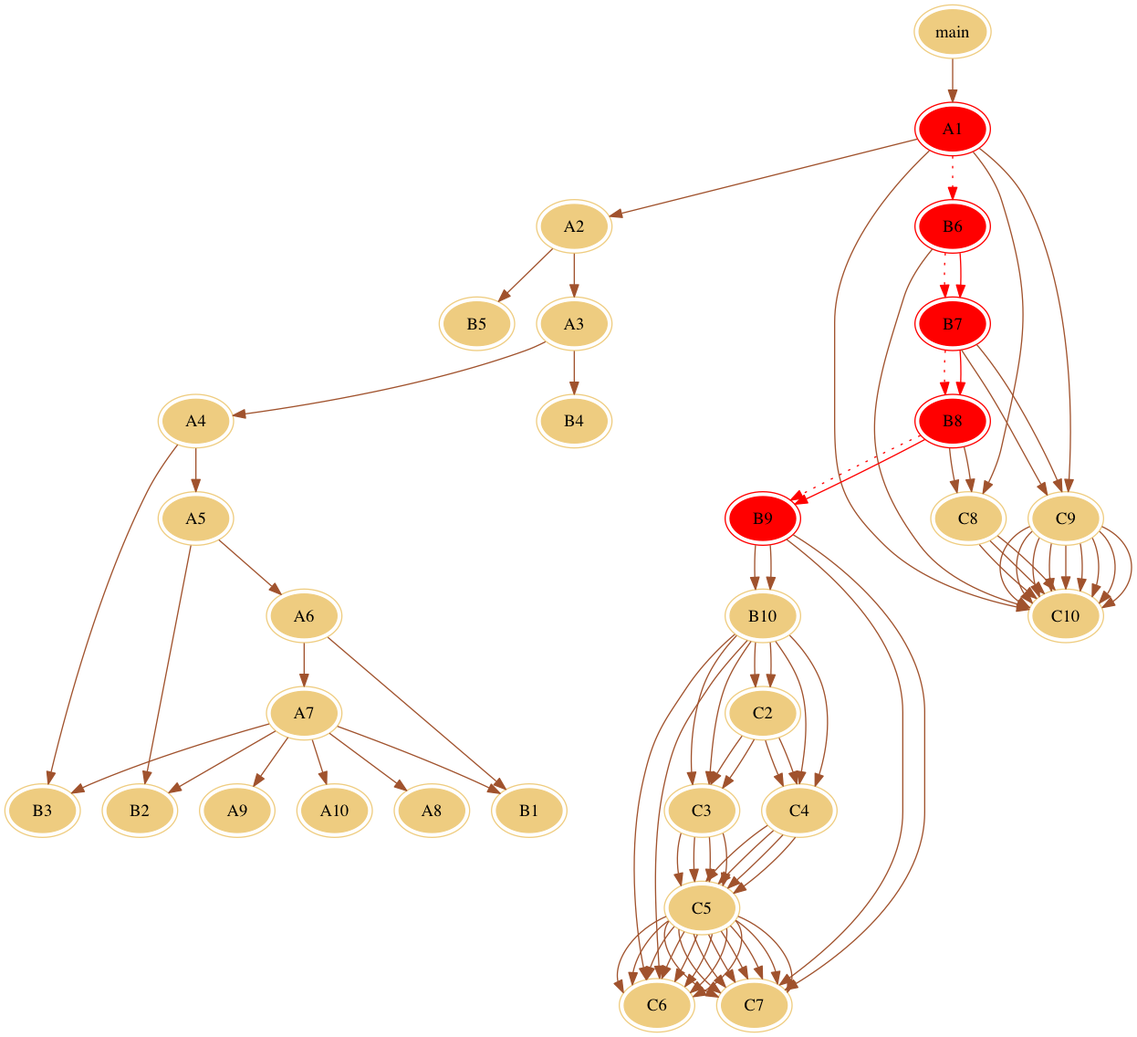
Earlier version of the Graphviz export out/dot/match.png (carsonshan/AspectJIdea). Its source is kept beside it as out/dot/match.dot.
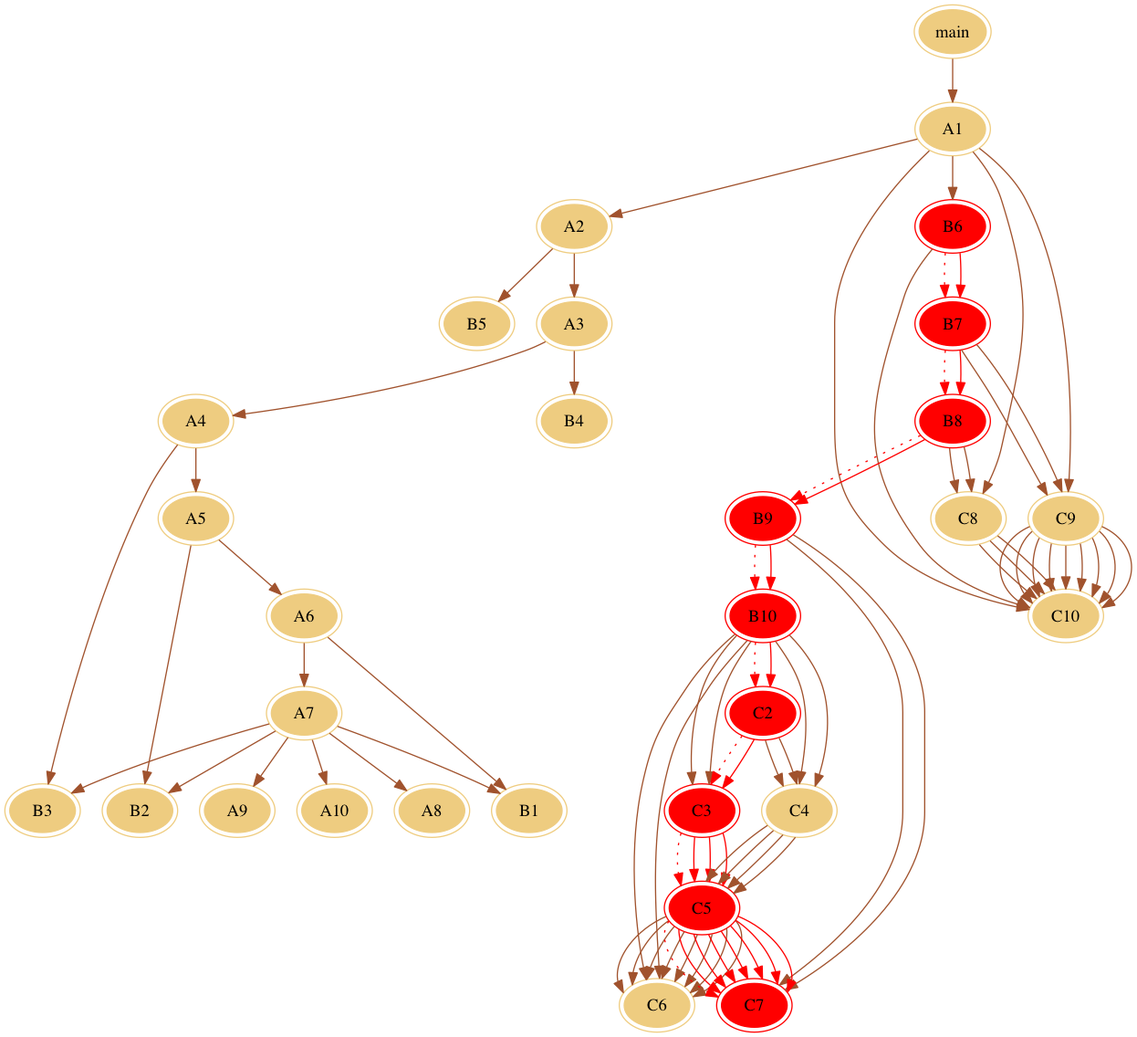
Later version of the same file.

Diff of the diagram source:
```diff
@@ -20,28 +20,28 @@
 A4 -> B3;
 A3 -> B4;
 A2 -> B5;
-A1 -> B6[color=red, style = dotted];
+A1 -> B6;
 B6 -> B7[color=red, style = dotted];
 B7 -> B8[color=red, style = dotted];
 B8 -> B9[color=red, style = dotted];
-B9 -> B10;
-B10 -> C2;
-C2 -> C3;
-C3 -> C5;
+B9 -> B10[color=red, style = dotted];
+B10 -> C2[color=red, style = dotted];
+C2 -> C3[color=red, style = dotted];
+C3 -> C5[color=red, style = dotted];
 C5 -> C6;
-C5 -> C7;
+C5 -> C7[color=red, style = dotted];
 C2 -> C4;
 C4 -> C5;
 C5 -> C6;
-C5 -> C7;
+C5 -> C7[color=red];
 B10 -> C3;
-C3 -> C5;
+C3 -> C5[color=red];
 C5 -> C6;
-C5 -> C7;
+C5 -> C7[color=red];
 B10 -> C4;
 C4 -> C5;
 C5 -> C6;
-C5 -> C7;
+C5 -> C7[color=red];
 B10 -> C6;
 B9 -> C7;
 B8 -> C8;
@@ -53,24 +53,24 @@
 B6 -> B7[color=red];
 B7 -> B8[color=red];
 B8 -> B9[color=red];
-B9 -> B10;
-B10 -> C2;
-C2 -> C3;
-C3 -> C5;
+B9 -> B10[color=red];
+B10 -> C2[color=red];
+C2 -> C3[color=red];
+C3 -> C5[color=red];
 C5 -> C6;
-C5 -> C7;
+C5 -> C7[color=red];
 C2 -> C4;
 C4 -> C5;
 C5 -> C6;
-C5 -> C7;
+C5 -> C7[color=red];
 B10 -> C3;
-C3 -> C5;
+C3 -> C5[color=red];
 C5 -> C6;
-C5 -> C7;
+C5 -> C7[color=red];
 B10 -> C4;
 C4 -> C5;
 C5 -> C6;
-C5 -> C7;
+C5 -> C7[color=red];
 B10 -> C6;
 B9 -> C7;
 B8 -> C8;
@@ -87,19 +87,53 @@
 C9 -> C10;
 A1 -> C8;
 C8 -> C10;
-A1[color=red];
-B6[color=red];
 B6[color=red];
 B7[color=red];
 B7[color=red];
 B8[color=red];
 B8[color=red];
 B9[color=red];
+B9[color=red];
+B10[color=red];
+B10[color=red];
+C2[color=red];
+C2[color=red];
+C3[color=red];
+C3[color=red];
+C5[color=red];
+C5[color=red];
+C7[color=red];
+C5[color=red];
+C7[color=red];
+C3[color=red];
+C5[color=red];
+C5[color=red];
+C7[color=red];
+C5[color=red];
+C7[color=red];
 B6[color=red];
 B7[color=red];
 B7[color=red];
 B8[color=red];
 B8[color=red];
 B9[color=red];
+B9[color=red];
+B10[color=red];
+B10[color=red];
+C2[color=red];
+C2[color=red];
+C3[color=red];
+C3[color=red];
+C5[color=red];
+C5[color=red];
+C7[color=red];
+C5[color=red];
+C7[color=red];
+C3[color=red];
+C5[color=red];
+C5[color=red];
+C7[color=red];
+C5[color=red];
+C7[color=red];
 
 }
```
